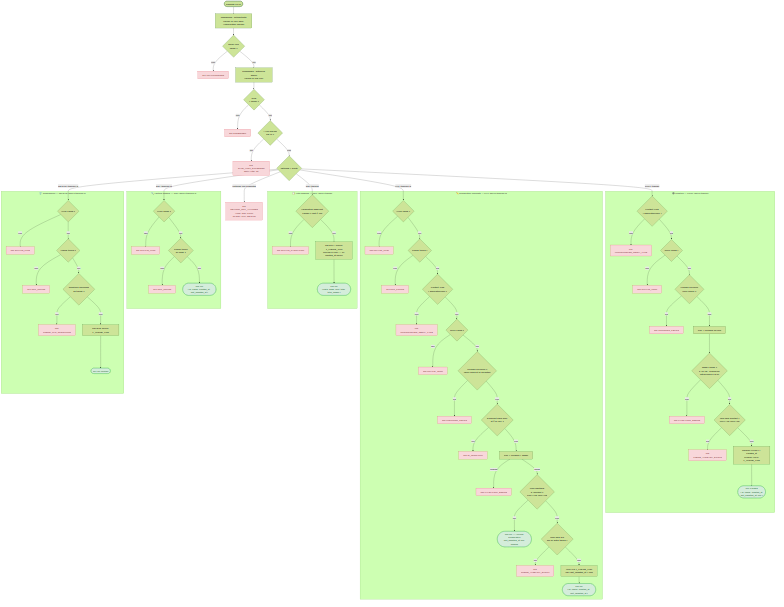
Before: docs/specs/diagrams/US-004-themes-crud.png, a diagram exported from Mermaid (ODehel/quiz-live-server). Its source is kept beside it as docs/specs/diagrams/US-004-themes-crud.mmd.
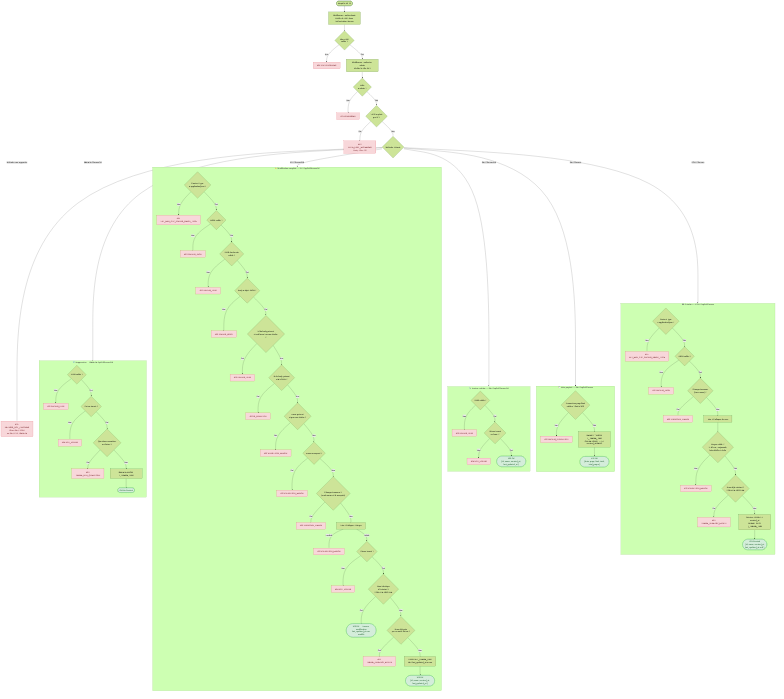
After the change.

What changed in the source:
```diff
@@ -13,7 +13,7 @@
     ROUTE -->|"POST /themes"| POST_CT
     ROUTE -->|"GET /themes"| LIST_PG
     ROUTE -->|"GET /themes/:id"| READ_ID
-    ROUTE -->|"PUT /themes/:id"| PUT_ID
+    ROUTE -->|"PUT /themes/:id"| PUT_CT
     ROUTE -->|"DELETE /themes/:id"| DEL_ID
 
     subgraph POST["➕ Création — POST /api/v1/themes"]
@@ -52,21 +52,29 @@
 
     subgraph PUT["✏️ Modification complète — PUT /api/v1/themes/:id"]
         direction TB
-        PUT_ID{"UUID valide ?"}
-        PUT_ID -->|"Non"| PUE400a["400 INVALID_UUID"]
-        PUT_ID -->|"Oui"| PUT_FIND{"Thème trouvé ?"}
-        PUT_FIND -->|"Non"| PUE404["404 NOT_FOUND"]
-        PUT_FIND -->|"Oui"| PUT_CT{"Content-Type\n= application/json ?"}
+        PUT_CT{"Content-Type\n= application/json ?"}
         PUT_CT -->|"Non"| PUE415["415 FST_ERR_CTP_INVALID_MEDIA_TYPE"]
         PUT_CT -->|"Oui"| PUT_JSON{"JSON valide ?"}
         PUT_JSON -->|"Non"| PUE400b["400 INVALID_JSON"]
-        PUT_JSON -->|"Oui"| PUT_UF{"Champs inconnus ?\n(seuls name et id acceptés)"}
+        PUT_JSON -->|"Oui"| PUT_ID{"UUID du chemin\nvalide ?"}
+        PUT_ID -->|"Non"| PUE400a["400 INVALID_UUID"]
+        PUT_ID -->|"Oui"| PUT_OBJ{"Body = objet JSON ?"}
+        PUT_OBJ -->|"Non"| PUE400o["400 INVALID_BODY"]
+        PUT_OBJ -->|"Oui"| PUT_BID{"id du body présent\net mal formé ou non chaîne ?"}
+        PUT_BID -->|"Oui"| PUE400i["400 INVALID_UUID"]
+        PUT_BID -->|"Non"| PUT_IDM{"id du body présent\net ≠ id URL ?"}
+        PUT_IDM -->|"Oui"| PUE400d["400 ID_MISMATCH"]
+        PUT_IDM -->|"Non"| PUT_TYP{"name présent\net pas une chaîne ?"}
+        PUT_TYP -->|"Oui"| PUE400t["400 VALIDATION_ERROR"]
+        PUT_TYP -->|"Non"| PUT_MIS{"name manquant ?"}
+        PUT_MIS -->|"Oui"| PUE400m["400 VALIDATION_ERROR"]
+        PUT_MIS -->|"Non"| PUT_UF{"Champs inconnus ?\n(seuls name et id acceptés)"}
         PUT_UF -->|"Oui"| PUE400c["400 UNKNOWN_FIELDS"]
-        PUT_UF -->|"Non"| PUT_IDM{"id présent dans body\net ≠ id URL ?"}
-        PUT_IDM -->|"Oui"| PUE400d["400 ID_MISMATCH"]
-        PUT_IDM -->|"Non"| PUT_NORM["Trim + Collapse + Regex"]
+        PUT_UF -->|"Non"| PUT_NORM["Trim + Collapse + Regex"]
         PUT_NORM -->|"Invalide"| PUE400e["400 VALIDATION_ERROR"]
-        PUT_NORM -->|"Valide"| PUT_SAME{"Nom identique\nà l'existant ?\nCOLLATE NOCASE"}
+        PUT_NORM -->|"Valide"| PUT_FIND{"Thème trouvé ?"}
+        PUT_FIND -->|"Non"| PUE404["404 NOT_FOUND"]
+        PUT_FIND -->|"Oui"| PUT_SAME{"Nom identique\nà l'existant ?\nCOLLATE NOCASE"}
         PUT_SAME -->|"Oui"| PU200a(["200 OK — Aucune modification\nlast_updated_at non modifié"])
         PUT_SAME -->|"Non"| PUT_UNIQ{"Nom déjà pris\npar un autre thème ?"}
         PUT_UNIQ -->|"Oui"| PUE409["409 THEME_ALREADY_EXISTS"]
@@ -92,6 +100,6 @@
     class PE415,PE400a,PE400b,PE400c,PE409 error
     class LE400 error
     class RE400,RE404 error
-    class PUE400a,PUE404,PUE415,PUE400b,PUE400c,PUE400d,PUE400e,PUE409 error
+    class PUE400a,PUE404,PUE415,PUE400b,PUE400c,PUE400d,PUE400e,PUE409,PUE400o,PUE400i,PUE400t,PUE400m error
     class DE400,DE404,DE409 error
     class P201,L200,R200,PU200a,PU200b,D204 success
```
